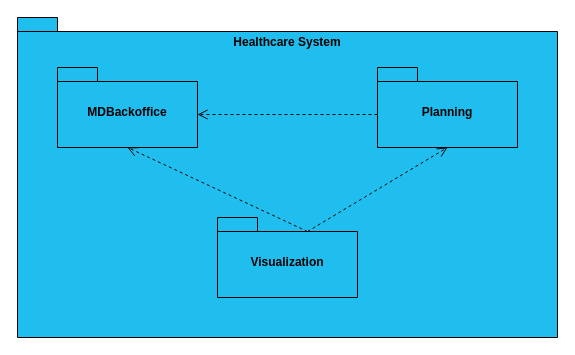
rita-barbosa/LAPR5-2425 keeps this draw.io diagram as docs/sprint-2/team-decisions/views/development-view/development-view-level-2.drawio. Above is the earlier version. Source tidied: cells renumbered, new cells numbered last; positions are measured from the earlier drawing's top-left corner, leaving out a move shared by most shapes. Both pictures are drawn from the tidied source at 100%, with x=0, y=0 at pixel (17, 17).
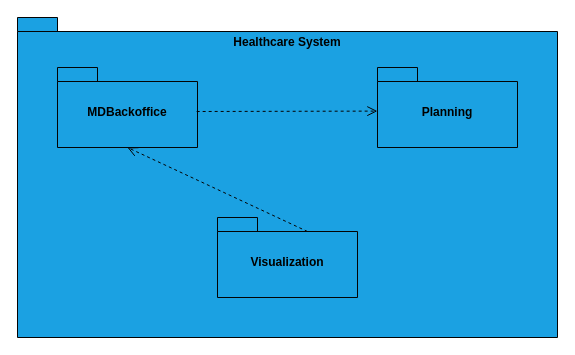
After the change.

What changed in the source:
```diff
@@
 <mxGraphModel>
   <root>
     <mxCell id="0" />
     <mxCell id="1" parent="0" />
-    <mxCell id="2" value="Healthcare System" style="shape=folder;fontStyle=1;spacingTop=3;tabWidth=40;tabHeight=14;tabPosition=left;html=1;whiteSpace=wrap;labelPosition=center;verticalLabelPosition=top;align=center;verticalAlign=bottom;labelBackgroundColor=none;labelBorderColor=none;spacing=-32;fillColor=#1FBEEF;strokeColor=#030303;" parent="1" vertex="1">
+    <mxCell id="2" value="Healthcare System" style="shape=folder;fontStyle=1;spacingTop=3;tabWidth=40;tabHeight=14;tabPosition=left;html=1;whiteSpace=wrap;labelPosition=center;verticalLabelPosition=top;align=center;verticalAlign=bottom;labelBackgroundColor=none;labelBorderColor=none;spacing=-32;fillColor=#1BA1E2;strokeColor=#030303;" parent="1" vertex="1">
       <mxGeometry width="540" height="320" as="geometry" />
     </mxCell>
-    <mxCell id="3" value="MDBackoffice" style="shape=folder;fontStyle=1;spacingTop=10;tabWidth=40;tabHeight=14;tabPosition=left;html=1;whiteSpace=wrap;fillColor=#1FBEEF;strokeColor=#030303;" parent="1" vertex="1">
+    <mxCell id="3" value="MDBackoffice" style="shape=folder;fontStyle=1;spacingTop=10;tabWidth=40;tabHeight=14;tabPosition=left;html=1;whiteSpace=wrap;fillColor=#1BA1E2;strokeColor=#030303;" parent="1" vertex="1">
       <mxGeometry x="40" y="50" width="140" height="80" as="geometry" />
     </mxCell>
-    <mxCell id="4" value="Planning" style="shape=folder;fontStyle=1;spacingTop=10;tabWidth=40;tabHeight=14;tabPosition=left;html=1;whiteSpace=wrap;fillColor=#1FBEEF;strokeColor=#030303;" parent="1" vertex="1">
+    <mxCell id="4" value="Planning" style="shape=folder;fontStyle=1;spacingTop=10;tabWidth=40;tabHeight=14;tabPosition=left;html=1;whiteSpace=wrap;fillColor=#1BA1E2;strokeColor=#030303;" parent="1" vertex="1">
       <mxGeometry x="360" y="50" width="140" height="80" as="geometry" />
     </mxCell>
-    <mxCell id="5" value="Visualization" style="shape=folder;fontStyle=1;spacingTop=10;tabWidth=40;tabHeight=14;tabPosition=left;html=1;whiteSpace=wrap;fillColor=#1FBEEF;strokeColor=#030303;" parent="1" vertex="1">
+    <mxCell id="5" value="Visualization" style="shape=folder;fontStyle=1;spacingTop=10;tabWidth=40;tabHeight=14;tabPosition=left;html=1;whiteSpace=wrap;fillColor=#1BA1E2;strokeColor=#030303;" parent="1" vertex="1">
       <mxGeometry x="200" y="200" width="140" height="80" as="geometry" />
     </mxCell>
-    <mxCell id="6" style="html=1;verticalAlign=bottom;endArrow=open;dashed=1;endSize=8;curved=0;rounded=0;entryX=0;entryY=0;entryDx=140;entryDy=47;entryPerimeter=0;exitX=0;exitY=0;exitDx=0;exitDy=47;exitPerimeter=0;strokeColor=#030303;" parent="1" edge="1" source="4" target="3">
+    <mxCell id="6" style="html=1;verticalAlign=bottom;endArrow=open;dashed=1;endSize=8;curved=0;rounded=0;entryX=-0.001;entryY=0.545;entryDx=0;entryDy=0;entryPerimeter=0;exitX=0.994;exitY=0.55;exitDx=0;exitDy=0;exitPerimeter=0;strokeColor=#030303;" parent="1" edge="1" source="3" target="4">
       <mxGeometry relative="1" as="geometry" />
     </mxCell>
-    <mxCell id="7" style="html=1;verticalAlign=bottom;endArrow=open;dashed=1;endSize=8;curved=0;rounded=0;exitX=0;exitY=0;exitDx=90;exitDy=14;exitPerimeter=0;entryX=0.5;entryY=1;entryDx=0;entryDy=0;entryPerimeter=0;strokeColor=#030303;" parent="1" edge="1" source="5" target="4">
-      <mxGeometry relative="1" as="geometry" />
-    </mxCell>
     <mxCell id="8" style="html=1;verticalAlign=bottom;endArrow=open;dashed=1;endSize=8;curved=0;rounded=0;entryX=0.5;entryY=1;entryDx=0;entryDy=0;entryPerimeter=0;exitX=0;exitY=0;exitDx=90;exitDy=14;exitPerimeter=0;strokeColor=#030303;" parent="1" edge="1" source="5" target="3">
       <mxGeometry relative="1" as="geometry" />
     </mxCell>
   </root>
 </mxGraphModel>
```
